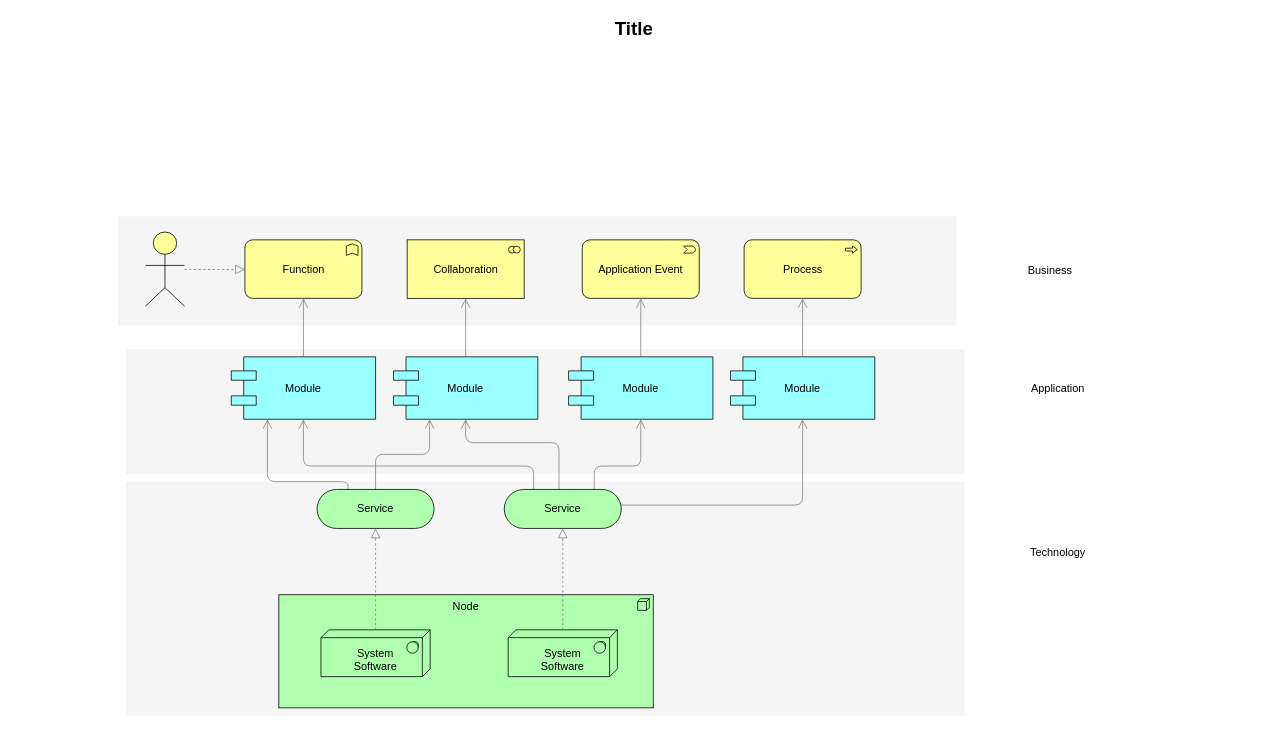
This is Fundicao.drawio from leonn3/grafana, a draw.io file, before an edit. Source tidied: cells renumbered, new cells numbered last; positions are measured from the earlier drawing's top-left corner, leaving out a move shared by most shapes. Both pictures are drawn from the tidied source at 78%, with x=0, y=0 at pixel (13, 13).
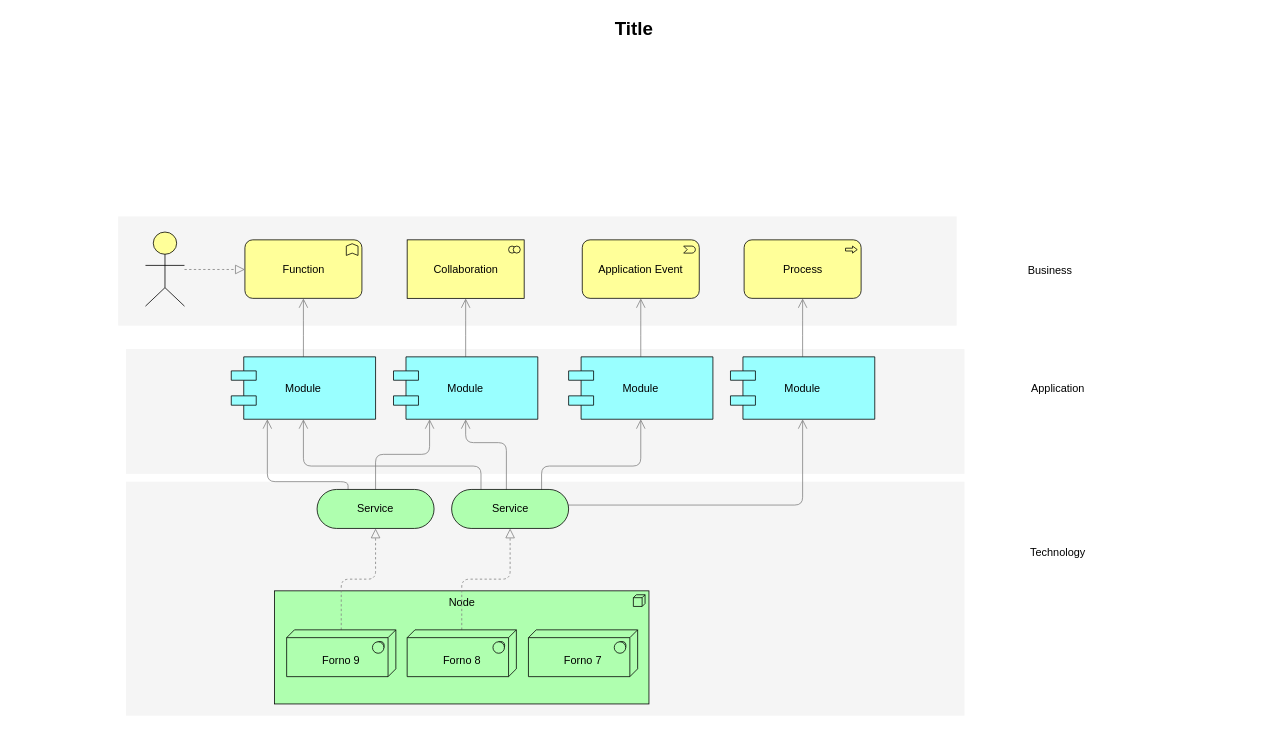
Above is the later version.

Change to the diagram source:
```diff
@@
     <mxCell id="5" value="Node" style="html=1;whiteSpace=wrap;fillColor=#AFFFAF;shape=mxgraph.archimate3.application;appType=node;archiType=square;fontSize=14;verticalAlign=top;" parent="1" vertex="1">
-      <mxGeometry x="340" y="745" width="480" height="145" as="geometry" />
+      <mxGeometry x="334.5" y="740" width="480" height="145" as="geometry" />
     </mxCell>
@@
-    <mxCell id="7" value="&lt;div&gt;&lt;br&gt;&lt;/div&gt;System&lt;div&gt;Software&lt;/div&gt;" style="html=1;whiteSpace=wrap;fillColor=#AFFFAF;shape=mxgraph.archimate3.tech;techType=sysSw;fontSize=14;" parent="1" vertex="1">
-      <mxGeometry x="394" y="790" width="140" height="60" as="geometry" />
+    <mxCell id="7" value="&lt;div&gt;&lt;br&gt;&lt;/div&gt;&lt;div&gt;Forno 9&lt;/div&gt;" style="html=1;whiteSpace=wrap;fillColor=#AFFFAF;shape=mxgraph.archimate3.tech;techType=sysSw;fontSize=14;" parent="1" vertex="1">
+      <mxGeometry x="350" y="790" width="140" height="60" as="geometry" />
     </mxCell>
@@
-    <mxCell id="9" value="&lt;div&gt;&lt;br&gt;&lt;/div&gt;&lt;div&gt;&lt;span&gt;System&lt;/span&gt;&lt;div&gt;Software&lt;/div&gt;&lt;/div&gt;" style="html=1;whiteSpace=wrap;fillColor=#AFFFAF;shape=mxgraph.archimate3.tech;techType=sysSw;fontSize=14;" parent="1" vertex="1">
-      <mxGeometry x="634" y="790" width="140" height="60" as="geometry" />
+    <mxCell id="9" value="&lt;div&gt;&lt;br&gt;&lt;/div&gt;&lt;div&gt;Forno 8&lt;/div&gt;" style="html=1;whiteSpace=wrap;fillColor=#AFFFAF;shape=mxgraph.archimate3.tech;techType=sysSw;fontSize=14;" parent="1" vertex="1">
+      <mxGeometry x="504.5" y="790" width="140" height="60" as="geometry" />
     </mxCell>
@@
     <mxCell id="17" value="Service" style="html=1;whiteSpace=wrap;fillColor=#AFFFAF;shape=mxgraph.archimate3.service;fontSize=14;" parent="1" vertex="1">
-      <mxGeometry x="629" y="610" width="150" height="50" as="geometry" />
+      <mxGeometry x="561.5" y="610" width="150" height="50" as="geometry" />
     </mxCell>
@@
+    <mxCell id="36" value="&lt;div&gt;&lt;br&gt;&lt;/div&gt;&lt;div&gt;Forno 7&lt;/div&gt;" style="html=1;whiteSpace=wrap;fillColor=#AFFFAF;shape=mxgraph.archimate3.tech;techType=sysSw;fontSize=14;" parent="1" vertex="1">
+      <mxGeometry x="660" y="790" width="140" height="60" as="geometry" />
+    </mxCell>
```
